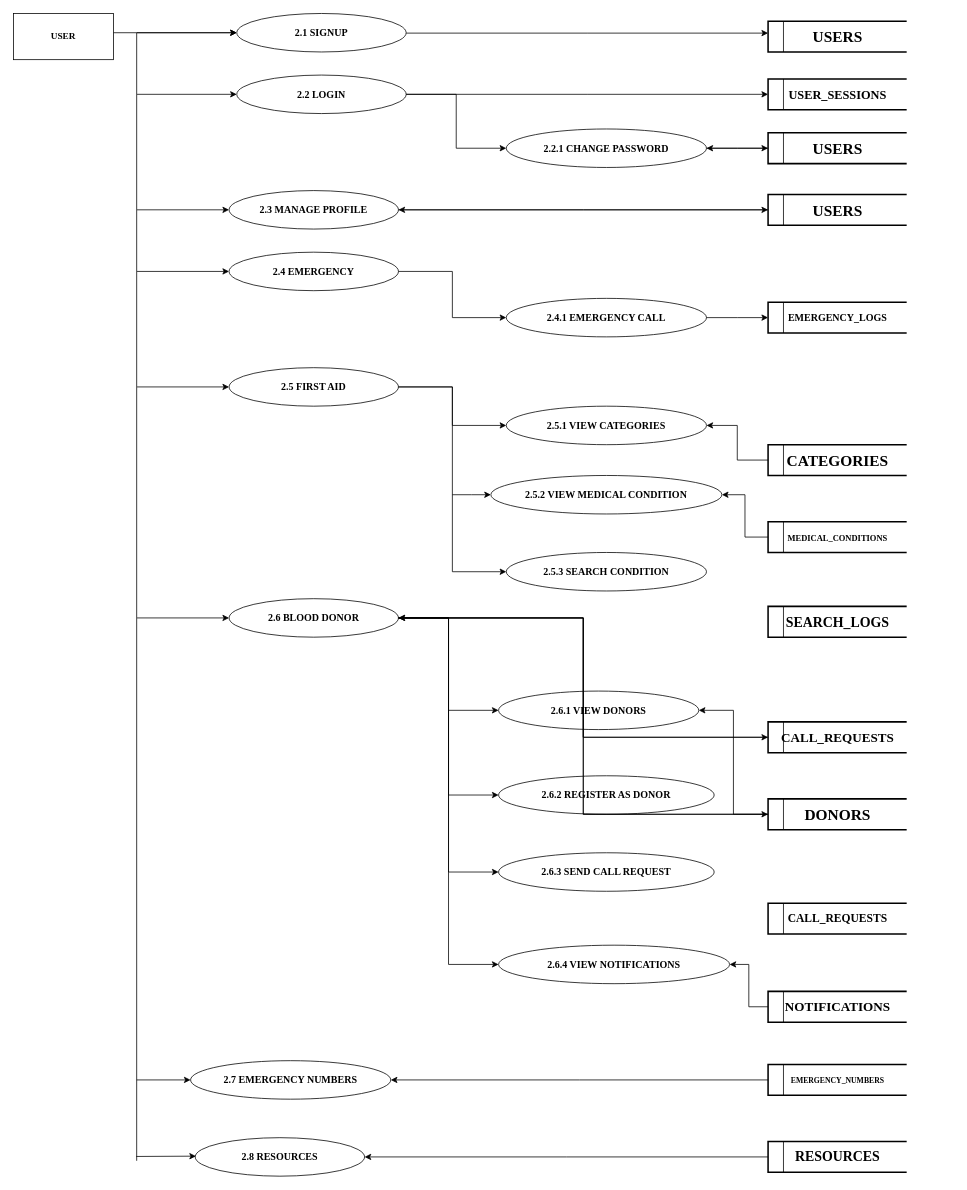
Earlier version of the draw.io diagram page "Page-1" (1 of 6) of user_flowchart.drawio (Archana-in-git/resQnow). Source tidied: cells renumbered, new cells numbered last; positions are measured from the earlier drawing's top-left corner, leaving out a move shared by most shapes. Both pictures are drawn from the tidied source at 77%, with x=0, y=0 at pixel (13, 13).
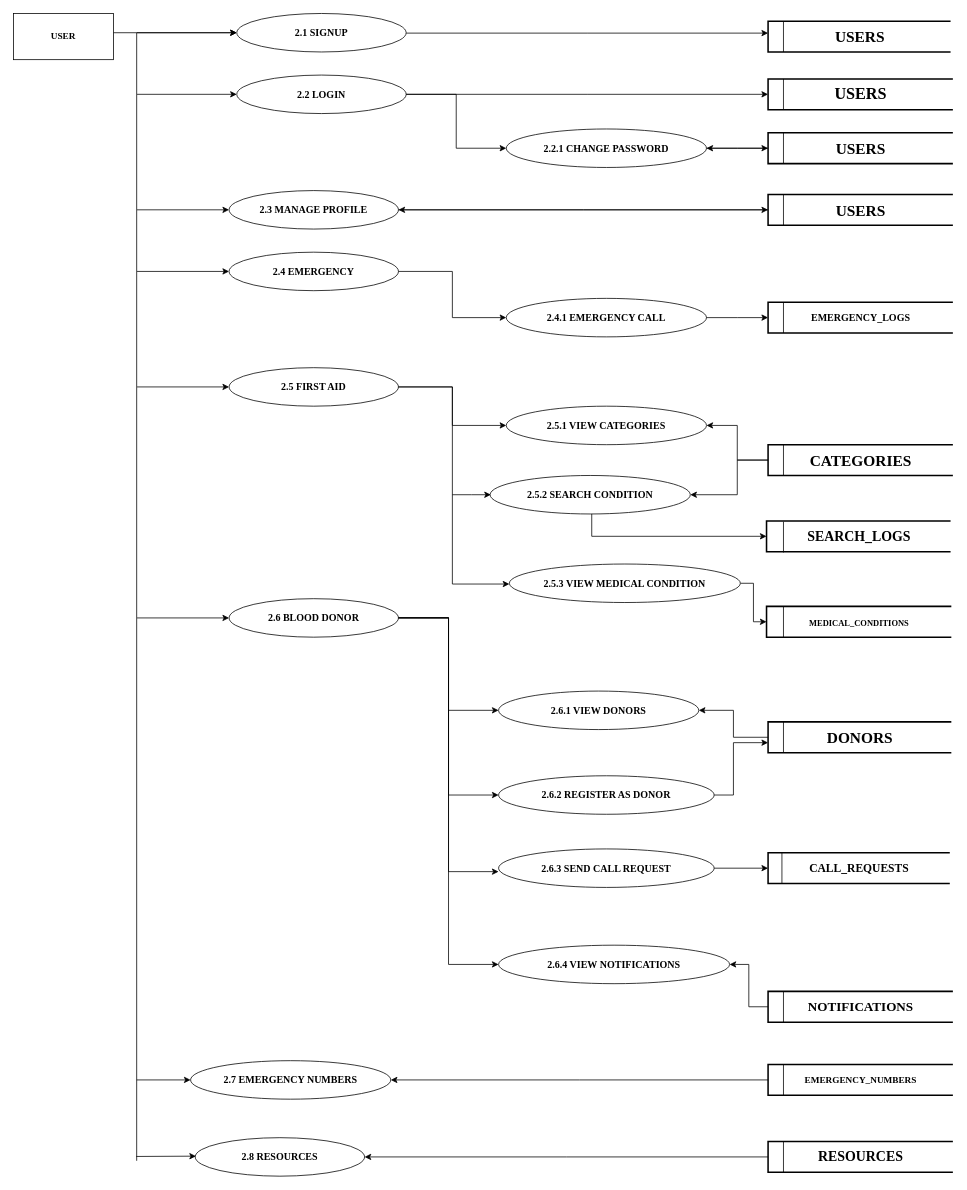
Above is the later version.

The change refers to these unchanged cells:
```xml
<mxCell id="9" value="2.5 FIRST AID" style="ellipse;whiteSpace=wrap;html=1;fontFamily=Times New Roman;fontSize=13;fontStyle=1;strokeColor=#000000;fillColor=#ffffff;" parent="1" vertex="1">
  <mxGeometry x="280" y="460" width="220" height="50" as="geometry" />
</mxCell>
<mxCell id="13" value="2.6 BLOOD DONOR" style="ellipse;whiteSpace=wrap;html=1;fontFamily=Times New Roman;fontSize=13;fontStyle=1;strokeColor=#000000;fillColor=#ffffff;" parent="1" vertex="1">
  <mxGeometry x="280" y="760" width="220" height="50" as="geometry" />
</mxCell>
<mxCell id="14" value="2.6.1 VIEW DONORS" style="ellipse;whiteSpace=wrap;html=1;fontFamily=Times New Roman;fontSize=13;fontStyle=1;strokeColor=#000000;fillColor=#ffffff;" parent="1" vertex="1">
  <mxGeometry x="630" y="880" width="260" height="50" as="geometry" />
</mxCell>
<mxCell id="15" value="2.6.2 REGISTER AS DONOR" style="ellipse;whiteSpace=wrap;html=1;fontFamily=Times New Roman;fontSize=13;fontStyle=1;strokeColor=#000000;fillColor=#ffffff;" parent="1" vertex="1">
  <mxGeometry x="630" y="990" width="280" height="50" as="geometry" />
</mxCell>
```

Change to the diagram source:
```diff
@@
-    <mxCell id="11" value="2.5.2 VIEW MEDICAL CONDITION" style="ellipse;whiteSpace=wrap;html=1;fontFamily=Times New Roman;fontSize=13;fontStyle=1;strokeColor=#000000;fillColor=#ffffff;" parent="1" vertex="1">
-      <mxGeometry x="620" y="600" width="300" height="50" as="geometry" />
-    </mxCell>
-    <mxCell id="12" value="2.5.3 SEARCH CONDITION" style="ellipse;whiteSpace=wrap;html=1;fontFamily=Times New Roman;fontSize=13;fontStyle=1;strokeColor=#000000;fillColor=#ffffff;" parent="1" vertex="1">
-      <mxGeometry x="640" y="700" width="260" height="50" as="geometry" />
-    </mxCell>
@@
     <mxCell id="16" value="2.6.3 SEND CALL REQUEST" style="ellipse;whiteSpace=wrap;html=1;fontFamily=Times New Roman;fontSize=13;fontStyle=1;strokeColor=#000000;fillColor=#ffffff;" parent="1" vertex="1">
-      <mxGeometry x="630" y="1090" width="280" height="50" as="geometry" />
+      <mxGeometry x="630" y="1085" width="280" height="50" as="geometry" />
     </mxCell>
@@
-    <mxCell id="39" style="edgeStyle=elbowEdgeStyle;elbow=horizontal;rounded=0;orthogonal=1;html=1;dashed=0;endArrow=classic;strokeColor=#000000;" parent="1" edge="1" target="11">
+    <mxCell id="39" style="edgeStyle=elbowEdgeStyle;elbow=horizontal;rounded=0;orthogonal=1;html=1;dashed=0;endArrow=classic;strokeColor=#000000;" parent="1" edge="1">
       <mxGeometry relative="1" as="geometry">
         <mxPoint x="570" y="625" as="sourcePoint" />
+        <mxPoint x="620" y="625" as="targetPoint" />
       </mxGeometry>
     </mxCell>
-    <mxCell id="40" style="edgeStyle=elbowEdgeStyle;elbow=horizontal;rounded=0;orthogonal=1;html=1;dashed=0;endArrow=classic;strokeColor=#000000;" parent="1" edge="1" source="9" target="12">
-      <mxGeometry relative="1" as="geometry" />
+    <mxCell id="40" style="edgeStyle=elbowEdgeStyle;elbow=horizontal;rounded=0;orthogonal=1;html=1;dashed=0;endArrow=classic;strokeColor=#000000;exitX=1;exitY=0.5;exitDx=0;exitDy=0;" parent="1" edge="1" source="9">
+      <mxGeometry relative="1" as="geometry">
+        <mxPoint x="644" y="741" as="targetPoint" />
+        <Array as="points">
+          <mxPoint x="570" y="613" />
+        </Array>
+      </mxGeometry>
     </mxCell>
@@
-    <mxCell id="43" style="edgeStyle=elbowEdgeStyle;elbow=horizontal;rounded=0;orthogonal=1;html=1;dashed=0;endArrow=classic;strokeColor=#000000;" parent="1" edge="1" source="13" target="16">
-      <mxGeometry relative="1" as="geometry" />
+    <mxCell id="43" style="edgeStyle=elbowEdgeStyle;elbow=horizontal;rounded=0;orthogonal=1;html=1;dashed=0;endArrow=classic;strokeColor=#000000;" parent="1" edge="1">
+      <mxGeometry relative="1" as="geometry">
+        <mxPoint x="500" y="784.5" as="sourcePoint" />
+        <mxPoint x="630" y="1114.5" as="targetPoint" />
+      </mxGeometry>
     </mxCell>
@@
-    <mxCell id="50" style="edgeStyle=elbowEdgeStyle;elbow=horizontal;rounded=0;orthogonal=1;html=1;dashed=0;endArrow=classic;strokeColor=#000000;" parent="1" edge="1" source="12">
-      <mxGeometry relative="1" as="geometry" />
-    </mxCell>
@@
-    <mxCell id="55" style="edgeStyle=elbowEdgeStyle;elbow=horizontal;rounded=0;orthogonal=1;html=1;dashed=0;endArrow=classic;strokeColor=#000000;" parent="1" edge="1" target="69">
-      <mxGeometry relative="1" as="geometry" />
-    </mxCell>
@@
     <mxCell id="59" value="USERS" style="strokeWidth=2;html=1;shape=mxgraph.flowchart.annotation_1;align=center;fontSize=20;fontStyle=1;fontFamily=Times New Roman;" parent="1" vertex="1">
-      <mxGeometry x="980" y="10" width="180" height="40" as="geometry" />
+      <mxGeometry x="980" y="10" width="237" height="40" as="geometry" />
     </mxCell>
@@
-    <mxCell id="62" value="&lt;font style=&quot;font-size: 16px;&quot;&gt;USER_SESSIONS&lt;/font&gt;" style="strokeWidth=2;html=1;shape=mxgraph.flowchart.annotation_1;align=center;fontSize=18;fontStyle=1;fontFamily=Times New Roman;" parent="1" vertex="1">
-      <mxGeometry x="980" y="85" width="180" height="40" as="geometry" />
+    <mxCell id="62" value="&lt;font style=&quot;font-size: 21px;&quot;&gt;USERS&lt;/font&gt;" style="strokeWidth=2;html=1;shape=mxgraph.flowchart.annotation_1;align=center;fontSize=18;fontStyle=1;fontFamily=Times New Roman;" parent="1" vertex="1">
+      <mxGeometry x="980" y="85" width="240" height="40" as="geometry" />
     </mxCell>
     <mxCell id="63" value="USERS" style="strokeWidth=2;html=1;shape=mxgraph.flowchart.annotation_1;align=center;fontSize=20;fontStyle=1;fontFamily=Times New Roman;" parent="1" vertex="1">
-      <mxGeometry x="980" y="155" width="180" height="40" as="geometry" />
+      <mxGeometry x="980" y="155" width="240" height="40" as="geometry" />
     </mxCell>
     <mxCell id="64" value="USERS" style="strokeWidth=2;html=1;shape=mxgraph.flowchart.annotation_1;align=center;fontSize=20;fontStyle=1;fontFamily=Times New Roman;" parent="1" vertex="1">
-      <mxGeometry x="980" y="235" width="180" height="40" as="geometry" />
+      <mxGeometry x="980" y="235" width="240" height="40" as="geometry" />
     </mxCell>
     <mxCell id="65" value="&lt;font style=&quot;font-size: 13px;&quot;&gt;EMERGENCY_LOGS&lt;/font&gt;" style="strokeWidth=2;html=1;shape=mxgraph.flowchart.annotation_1;align=center;fontSize=17;fontStyle=1;fontFamily=Times New Roman;" parent="1" vertex="1">
-      <mxGeometry x="980" y="375" width="180" height="40" as="geometry" />
+      <mxGeometry x="980" y="375" width="240" height="40" as="geometry" />
     </mxCell>
     <mxCell id="66" value="CATEGORIES" style="strokeWidth=2;html=1;shape=mxgraph.flowchart.annotation_1;align=center;fontSize=20;fontStyle=1;fontFamily=Times New Roman;" parent="1" vertex="1">
-      <mxGeometry x="980" y="560" width="180" height="40" as="geometry" />
+      <mxGeometry x="980" y="560" width="240" height="40" as="geometry" />
     </mxCell>
-    <mxCell id="67" value="&lt;font style=&quot;font-size: 11px;&quot;&gt;MEDICAL_CONDITIONS&lt;/font&gt;" style="strokeWidth=2;html=1;shape=mxgraph.flowchart.annotation_1;align=center;fontSize=15;fontStyle=1;fontFamily=Times New Roman;" parent="1" vertex="1">
-      <mxGeometry x="980" y="660" width="180" height="40" as="geometry" />
-    </mxCell>
     <mxCell id="68" value="&lt;font style=&quot;font-size: 18px;&quot;&gt;SEARCH_LOGS&lt;/font&gt;" style="strokeWidth=2;html=1;shape=mxgraph.flowchart.annotation_1;align=center;fontSize=20;fontStyle=1;fontFamily=Times New Roman;" parent="1" vertex="1">
-      <mxGeometry x="980" y="770" width="180" height="40" as="geometry" />
+      <mxGeometry x="978" y="659" width="239" height="40" as="geometry" />
     </mxCell>
-    <mxCell id="69" value="DONORS" style="strokeWidth=2;html=1;shape=mxgraph.flowchart.annotation_1;align=center;fontSize=20;fontStyle=1;fontFamily=Times New Roman;" parent="1" vertex="1">
-      <mxGeometry x="980" y="1020" width="180" height="40" as="geometry" />
-    </mxCell>
-    <mxCell id="70" value="&lt;font style=&quot;font-size: 17px;&quot;&gt;CALL_REQUESTS&lt;/font&gt;" style="strokeWidth=2;html=1;shape=mxgraph.flowchart.annotation_1;align=center;fontSize=20;fontStyle=1;fontFamily=Times New Roman;" parent="1" vertex="1">
-      <mxGeometry x="980" y="920" width="180" height="40" as="geometry" />
+    <mxCell id="70" value="&lt;span style=&quot;color: rgb(0, 0, 0);&quot;&gt;DONORS&lt;/span&gt;" style="strokeWidth=2;html=1;shape=mxgraph.flowchart.annotation_1;align=center;fontSize=20;fontStyle=1;fontFamily=Times New Roman;" parent="1" vertex="1">
+      <mxGeometry x="980" y="920" width="238" height="40" as="geometry" />
     </mxCell>
     <mxCell id="71" value="&lt;font style=&quot;font-size: 15px;&quot;&gt;CALL_REQUESTS&lt;/font&gt;" style="strokeWidth=2;html=1;shape=mxgraph.flowchart.annotation_1;align=center;fontSize=17;fontStyle=1;fontFamily=Times New Roman;" parent="1" vertex="1">
-      <mxGeometry x="980" y="1155.5" width="180" height="40" as="geometry" />
+      <mxGeometry x="980" y="1090" width="236" height="40" as="geometry" />
     </mxCell>
     <mxCell id="72" value="&lt;font style=&quot;font-size: 17px;&quot;&gt;NOTIFICATIONS&lt;/font&gt;" style="strokeWidth=2;html=1;shape=mxgraph.flowchart.annotation_1;align=center;fontSize=18;fontStyle=1;fontFamily=Times New Roman;" parent="1" vertex="1">
-      <mxGeometry x="980" y="1270" width="180" height="40" as="geometry" />
+      <mxGeometry x="980" y="1270" width="240" height="40" as="geometry" />
     </mxCell>
-    <mxCell id="73" value="&lt;font style=&quot;font-size: 10px;&quot;&gt;EMERGENCY_NUMBERS&lt;/font&gt;" style="strokeWidth=2;html=1;shape=mxgraph.flowchart.annotation_1;align=center;fontSize=14;fontStyle=1;fontFamily=Times New Roman;" parent="1" vertex="1">
-      <mxGeometry x="980" y="1365" width="180" height="40" as="geometry" />
+    <mxCell id="73" value="&lt;font style=&quot;font-size: 12px;&quot;&gt;EMERGENCY_NUMBERS&lt;/font&gt;" style="strokeWidth=2;html=1;shape=mxgraph.flowchart.annotation_1;align=center;fontSize=14;fontStyle=1;fontFamily=Times New Roman;" parent="1" vertex="1">
+      <mxGeometry x="980" y="1365" width="240" height="40" as="geometry" />
     </mxCell>
     <mxCell id="74" value="RESOURCES" style="strokeWidth=2;html=1;shape=mxgraph.flowchart.annotation_1;align=center;fontSize=18;fontStyle=1;fontFamily=Times New Roman;" parent="1" vertex="1">
-      <mxGeometry x="980" y="1465" width="180" height="40" as="geometry" />
+      <mxGeometry x="980" y="1465" width="240" height="40" as="geometry" />
     </mxCell>
@@
-    <mxCell id="83" style="endArrow=none;html=1;entryX=1;entryY=0;entryDx=0;entryDy=0;entryPerimeter=0;exitX=1;exitY=1;exitDx=0;exitDy=0;exitPerimeter=0;" parent="1" edge="1">
-      <mxGeometry relative="1" as="geometry">
-        <mxPoint x="1000" y="1060" as="sourcePoint" />
-        <mxPoint x="1000" y="1020" as="targetPoint" />
-      </mxGeometry>
-    </mxCell>
     <mxCell id="84" style="endArrow=none;html=1;entryX=1;entryY=0;entryDx=0;entryDy=0;entryPerimeter=0;exitX=1;exitY=1;exitDx=0;exitDy=0;exitPerimeter=0;" parent="1" edge="1">
       <mxGeometry relative="1" as="geometry">
-        <mxPoint x="1000" y="1195.5" as="sourcePoint" />
-        <mxPoint x="1000" y="1155.5" as="targetPoint" />
+        <mxPoint x="998" y="1130" as="sourcePoint" />
+        <mxPoint x="998" y="1090" as="targetPoint" />
       </mxGeometry>
     </mxCell>
@@
-    <mxCell id="90" style="edgeStyle=elbowEdgeStyle;elbow=horizontal;rounded=0;orthogonal=1;html=1;dashed=0;endArrow=classic;strokeColor=#000000;" parent="1" edge="1" source="67" target="11">
-      <mxGeometry relative="1" as="geometry" />
+    <mxCell id="90" style="edgeStyle=elbowEdgeStyle;elbow=horizontal;rounded=0;orthogonal=1;html=1;dashed=0;endArrow=classic;strokeColor=#000000;entryX=1;entryY=0.5;entryDx=0;entryDy=0;" parent="1" edge="1" source="66" target="104">
+      <mxGeometry relative="1" as="geometry">
+        <Array as="points">
+          <mxPoint x="940" y="602" />
+        </Array>
+      </mxGeometry>
     </mxCell>
-    <mxCell id="91" style="edgeStyle=elbowEdgeStyle;elbow=horizontal;rounded=0;orthogonal=1;html=1;dashed=0;endArrow=classic;strokeColor=#000000;" parent="1" edge="1" source="69" target="13">
-      <mxGeometry relative="1" as="geometry" />
-    </mxCell>
-    <mxCell id="92" style="edgeStyle=elbowEdgeStyle;elbow=horizontal;rounded=0;orthogonal=1;html=1;dashed=0;endArrow=classic;strokeColor=#000000;" parent="1" edge="1" source="69" target="14">
+    <mxCell id="92" style="edgeStyle=elbowEdgeStyle;elbow=horizontal;rounded=0;orthogonal=1;html=1;dashed=0;endArrow=classic;strokeColor=#000000;exitX=0;exitY=0.5;exitDx=0;exitDy=0;exitPerimeter=0;" parent="1" edge="1" source="70" target="14">
       <mxGeometry relative="1" as="geometry" />
     </mxCell>
-    <mxCell id="93" style="edgeStyle=elbowEdgeStyle;elbow=horizontal;rounded=0;orthogonal=1;html=1;dashed=0;endArrow=classic;strokeColor=#000000;" parent="1" edge="1" source="70" target="13">
-      <mxGeometry relative="1" as="geometry" />
-    </mxCell>
@@
-    <mxCell id="95" style="edgeStyle=elbowEdgeStyle;elbow=horizontal;rounded=0;orthogonal=1;html=1;dashed=0;endArrow=classic;strokeColor=#000000;" parent="1" edge="1" source="69">
-      <mxGeometry relative="1" as="geometry" />
-    </mxCell>
@@
-    <mxCell id="100" style="edgeStyle=elbowEdgeStyle;elbow=horizontal;rounded=0;orthogonal=1;html=1;dashed=0;endArrow=classic;strokeColor=#000000;" parent="1" edge="1" source="13" target="69">
-      <mxGeometry relative="1" as="geometry" />
-    </mxCell>
-    <mxCell id="101" style="edgeStyle=elbowEdgeStyle;elbow=horizontal;rounded=0;orthogonal=1;html=1;dashed=0;endArrow=classic;strokeColor=#000000;" parent="1" edge="1" source="13" target="70">
-      <mxGeometry relative="1" as="geometry" />
-    </mxCell>
+    <mxCell id="102" style="edgeStyle=elbowEdgeStyle;elbow=horizontal;rounded=0;orthogonal=1;html=1;dashed=0;endArrow=classic;strokeColor=#000000;exitX=1;exitY=0.5;exitDx=0;exitDy=0;entryX=0;entryY=0.5;entryDx=0;entryDy=0;entryPerimeter=0;" parent="1" edge="1" source="103" target="67">
+      <mxGeometry relative="1" as="geometry" />
+    </mxCell>
+    <mxCell id="103" value="2.5.3 VIEW MEDICAL CONDITION" style="ellipse;whiteSpace=wrap;html=1;fontFamily=Times New Roman;fontSize=13;fontStyle=1;strokeColor=#000000;fillColor=#ffffff;" parent="1" vertex="1">
+      <mxGeometry x="644" y="715" width="300" height="50" as="geometry" />
+    </mxCell>
+    <mxCell id="104" value="2.5.2 SEARCH CONDITION" style="ellipse;whiteSpace=wrap;html=1;fontFamily=Times New Roman;fontSize=13;fontStyle=1;strokeColor=#000000;fillColor=#ffffff;" parent="1" vertex="1">
+      <mxGeometry x="619" y="600" width="260" height="50" as="geometry" />
+    </mxCell>
+    <mxCell id="67" value="&lt;font style=&quot;font-size: 11px;&quot;&gt;MEDICAL_CONDITIONS&lt;/font&gt;" style="strokeWidth=2;html=1;shape=mxgraph.flowchart.annotation_1;align=center;fontSize=15;fontStyle=1;fontFamily=Times New Roman;" parent="1" vertex="1">
+      <mxGeometry x="978" y="770" width="240" height="40" as="geometry" />
+    </mxCell>
+    <mxCell id="105" style="edgeStyle=elbowEdgeStyle;elbow=horizontal;rounded=0;orthogonal=1;html=1;dashed=0;endArrow=classic;strokeColor=#000000;exitX=0.5;exitY=1;exitDx=0;exitDy=0;entryX=0;entryY=0.5;entryDx=0;entryDy=0;entryPerimeter=0;" parent="1" edge="1" target="68">
+      <mxGeometry relative="1" as="geometry">
+        <mxPoint x="751" y="650" as="sourcePoint" />
+        <Array as="points">
+          <mxPoint x="751" y="672" />
+        </Array>
+      </mxGeometry>
+    </mxCell>
+    <mxCell id="106" style="edgeStyle=elbowEdgeStyle;elbow=horizontal;rounded=0;orthogonal=1;html=1;dashed=0;endArrow=classic;strokeColor=#000000;exitX=1;exitY=0.5;exitDx=0;exitDy=0;entryX=0;entryY=0.5;entryDx=0;entryDy=0;entryPerimeter=0;" parent="1" edge="1" source="15">
+      <mxGeometry relative="1" as="geometry">
+        <mxPoint x="980" y="947" as="targetPoint" />
+        <Array as="points">
+          <mxPoint x="935" y="985" />
+        </Array>
+      </mxGeometry>
+    </mxCell>
+    <mxCell id="107" style="endArrow=classic;html=1;exitX=1;exitY=0.5;exitDx=0;exitDy=0;entryX=0;entryY=0.5;entryDx=0;entryDy=0;entryPerimeter=0;" parent="1" edge="1" source="16" target="71">
+      <mxGeometry relative="1" as="geometry" />
+    </mxCell>
```
